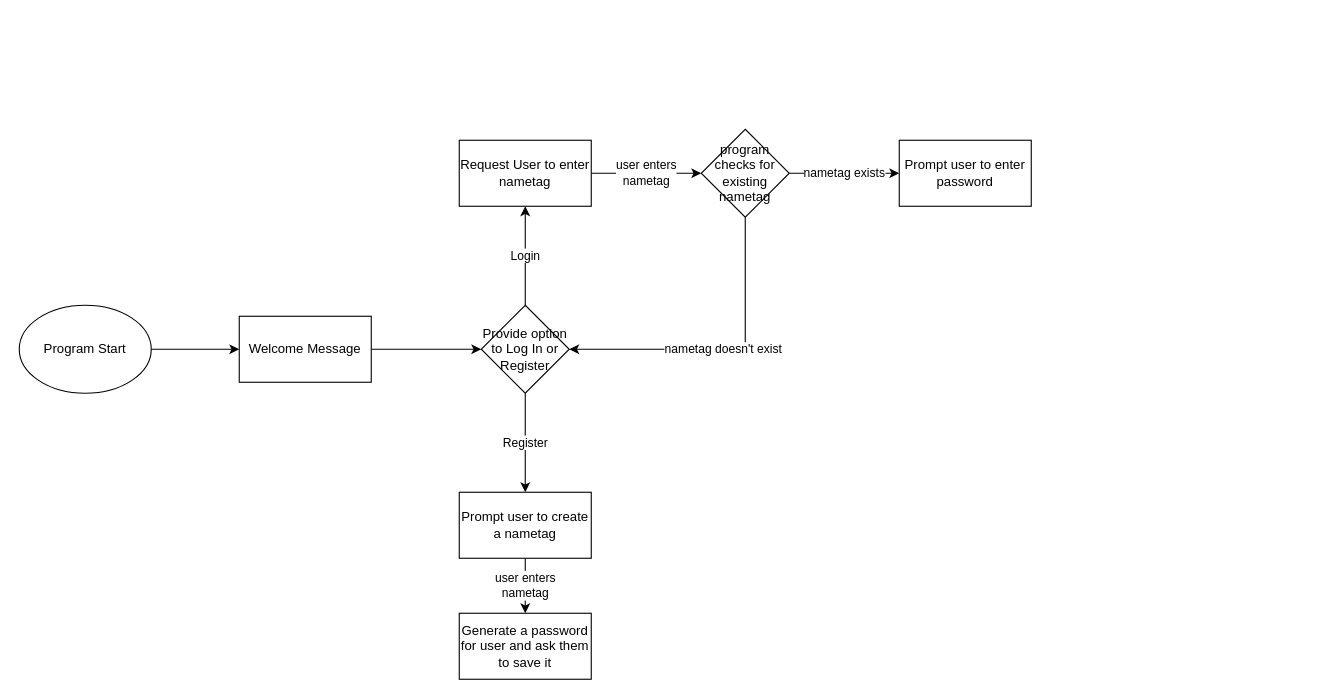
Above: Untitled Diagram.drawio in kinragiez/bubbles_app (draw.io), before the change. Source tidied: cells renumbered, new cells numbered last; positions are measured from the earlier drawing's top-left corner, leaving out a move shared by most shapes. Both pictures are drawn from the tidied source at 110%, with x=0, y=0 at pixel (19, 129).
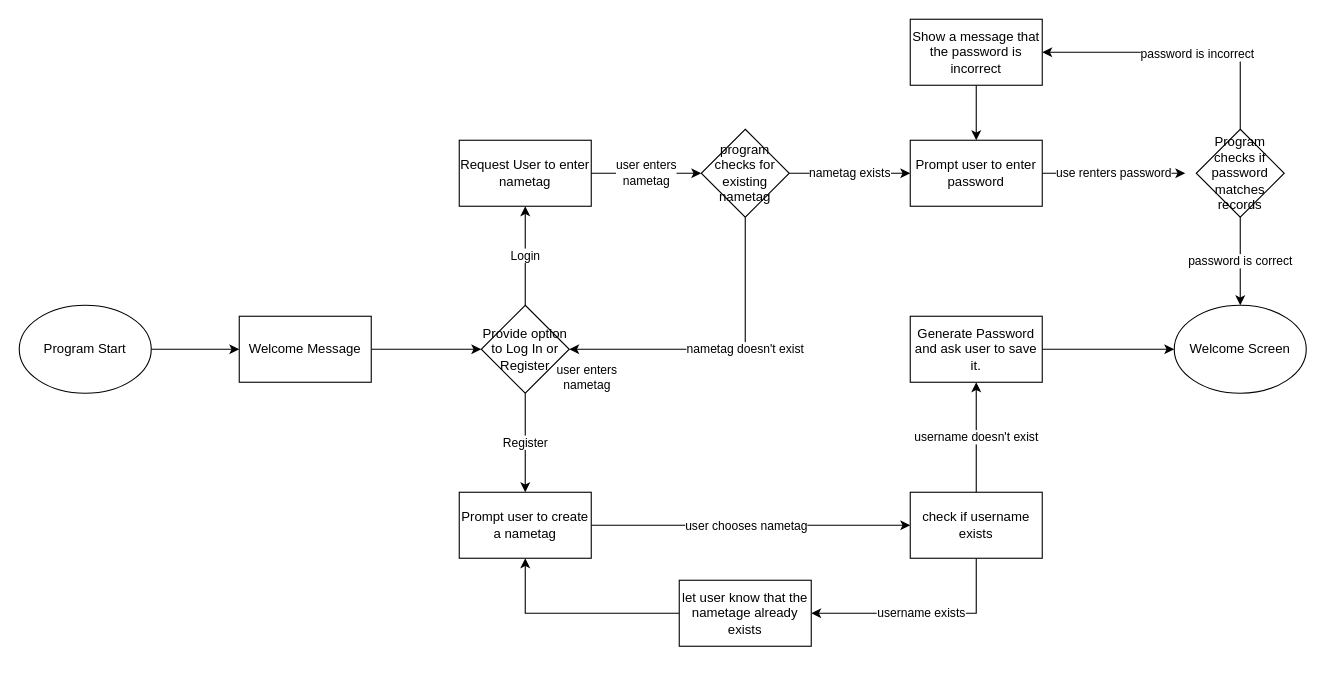
Above is the later version.

Commit message:
completed the login screen flowchart

Unchanged cells that the change refers to:
```xml
<mxCell id="8" value="Provide option to Log In or Register" style="rhombus;whiteSpace=wrap;html=1;" parent="1" vertex="1">
  <mxGeometry x="420" y="160" width="80" height="80" as="geometry" />
</mxCell>
<mxCell id="12" value="Prompt user to create a nametag" style="whiteSpace=wrap;html=1;" parent="1" vertex="1">
  <mxGeometry x="400" y="330" width="120" height="60" as="geometry" />
</mxCell>
<mxCell id="15" value="program checks for existing nametag" style="rhombus;whiteSpace=wrap;html=1;" parent="1" vertex="1">
  <mxGeometry x="620" width="80" height="80" as="geometry" />
</mxCell>
```

What changed in the source:
```diff
@@
     <mxCell id="11" value="user enters&lt;div&gt;nametag&lt;/div&gt;" style="edgeStyle=orthogonalEdgeStyle;rounded=0;jettySize=auto;html=1;" parent="1" edge="1" source="12" target="17">
-      <mxGeometry relative="1" as="geometry" />
+      <mxGeometry x="-1" y="104" relative="1" as="geometry">
+        <Array as="points">
+          <mxPoint x="610" y="360" />
+          <mxPoint x="610" y="360" />
+        </Array>
+        <mxPoint x="-4" y="-30" as="offset" />
+      </mxGeometry>
     </mxCell>
+    <mxCell id="18" value="user chooses nametag" style="edgeLabel;html=1;align=center;verticalAlign=middle;" parent="11" vertex="1">
+      <mxGeometry x="0.17" y="2" relative="1" as="geometry">
+        <mxPoint x="-30" y="2" as="offset" />
+      </mxGeometry>
+    </mxCell>
@@
     <mxCell id="14" value="nametag doesn't exist" style="edgeStyle=orthogonalEdgeStyle;rounded=0;jettySize=auto;html=1;exitX=0.5;exitY=1;exitDx=0;exitDy=0;entryX=1;entryY=0.5;entryDx=0;entryDy=0;" parent="1" edge="1" source="15" target="8">
-      <mxGeometry relative="1" as="geometry" />
+      <mxGeometry x="-0.14" relative="1" as="geometry" />
     </mxCell>
@@
+    <mxCell id="19" value="use renters password" style="edgeStyle=orthogonalEdgeStyle;rounded=0;jettySize=auto;html=1;exitX=1;exitY=0.5;exitDx=0;exitDy=0;entryX=0;entryY=0.5;entryDx=0;entryDy=0;" parent="1" edge="1" source="16">
+      <mxGeometry relative="1" as="geometry">
+        <mxPoint x="1060" y="40" as="targetPoint" />
+      </mxGeometry>
+    </mxCell>
     <mxCell id="16" value="Prompt user to enter password" style="whiteSpace=wrap;html=1;" parent="1" vertex="1">
-      <mxGeometry x="800" y="10" width="120" height="60" as="geometry" />
+      <mxGeometry x="810" y="10" width="120" height="60" as="geometry" />
     </mxCell>
+    <mxCell id="20" value="username exists" style="edgeStyle=orthogonalEdgeStyle;rounded=0;jettySize=auto;html=1;exitX=0.5;exitY=1;exitDx=0;exitDy=0;entryX=1;entryY=0.5;entryDx=0;entryDy=0;" parent="1" edge="1" source="17" target="23">
+      <mxGeometry relative="1" as="geometry" />
+    </mxCell>
+    <mxCell id="21" value="username doesn't exist" style="edgeStyle=orthogonalEdgeStyle;rounded=0;jettySize=auto;html=1;entryX=0.5;entryY=1;entryDx=0;entryDy=0;" parent="1" edge="1" source="17" target="25">
+      <mxGeometry relative="1" as="geometry" />
+    </mxCell>
-    <mxCell id="17" value="Generate a password for user and ask them to save it" style="whiteSpace=wrap;html=1;" parent="1" vertex="1">
-      <mxGeometry x="400" y="440" width="120" height="60" as="geometry" />
+    <mxCell id="17" value="check if username exists" style="whiteSpace=wrap;html=1;" parent="1" vertex="1">
+      <mxGeometry x="810" y="330" width="120" height="60" as="geometry" />
     </mxCell>
+    <mxCell id="22" style="edgeStyle=orthogonalEdgeStyle;rounded=0;jettySize=auto;html=1;exitX=0;exitY=0.5;exitDx=0;exitDy=0;entryX=0.5;entryY=1;entryDx=0;entryDy=0;" parent="1" edge="1" source="23" target="12">
+      <mxGeometry relative="1" as="geometry" />
+    </mxCell>
+    <mxCell id="23" value="let user know that the nametage already exists" style="rounded=0;whiteSpace=wrap;html=1;" parent="1" vertex="1">
+      <mxGeometry x="600" y="410" width="120" height="60" as="geometry" />
+    </mxCell>
+    <mxCell id="24" style="edgeStyle=orthogonalEdgeStyle;rounded=0;jettySize=auto;html=1;exitX=1;exitY=0.5;exitDx=0;exitDy=0;entryX=0;entryY=0.5;entryDx=0;entryDy=0;" parent="1" edge="1" source="25" target="32">
+      <mxGeometry relative="1" as="geometry" />
+    </mxCell>
+    <mxCell id="25" value="Generate Password and ask user to save it." style="rounded=0;whiteSpace=wrap;html=1;" parent="1" vertex="1">
+      <mxGeometry x="810" y="170" width="120" height="60" as="geometry" />
+    </mxCell>
+    <mxCell id="26" style="edgeStyle=orthogonalEdgeStyle;rounded=0;jettySize=auto;html=1;exitX=0.5;exitY=0;exitDx=0;exitDy=0;entryX=1;entryY=0.5;entryDx=0;entryDy=0;" parent="1" edge="1" source="29" target="31">
+      <mxGeometry relative="1" as="geometry" />
+    </mxCell>
+    <mxCell id="27" value="password is incorrect" style="edgeLabel;html=1;align=center;verticalAlign=middle;" parent="26" vertex="1">
+      <mxGeometry x="-0.12" y="1" relative="1" as="geometry" />
+    </mxCell>
+    <mxCell id="28" value="password is correct" style="edgeStyle=orthogonalEdgeStyle;rounded=0;jettySize=auto;html=1;exitX=0.5;exitY=1;exitDx=0;exitDy=0;entryX=0.5;entryY=0;entryDx=0;entryDy=0;" parent="1" edge="1" source="29" target="32">
+      <mxGeometry relative="1" as="geometry" />
+    </mxCell>
+    <mxCell id="29" value="Program checks if password matches records" style="rhombus;whiteSpace=wrap;html=1;" parent="1" vertex="1">
+      <mxGeometry x="1070" width="80" height="80" as="geometry" />
+    </mxCell>
+    <mxCell id="30" style="edgeStyle=orthogonalEdgeStyle;rounded=0;jettySize=auto;html=1;exitX=0.5;exitY=1;exitDx=0;exitDy=0;entryX=0.5;entryY=0;entryDx=0;entryDy=0;" parent="1" edge="1" source="31" target="16">
+      <mxGeometry relative="1" as="geometry" />
+    </mxCell>
+    <mxCell id="31" value="Show a message that the password is incorrect" style="rounded=0;whiteSpace=wrap;html=1;" parent="1" vertex="1">
+      <mxGeometry x="810" y="-100" width="120" height="60" as="geometry" />
+    </mxCell>
+    <mxCell id="32" value="Welcome Screen" style="ellipse;whiteSpace=wrap;html=1;" parent="1" vertex="1">
+      <mxGeometry x="1050" y="160" width="120" height="80" as="geometry" />
+    </mxCell>
```
